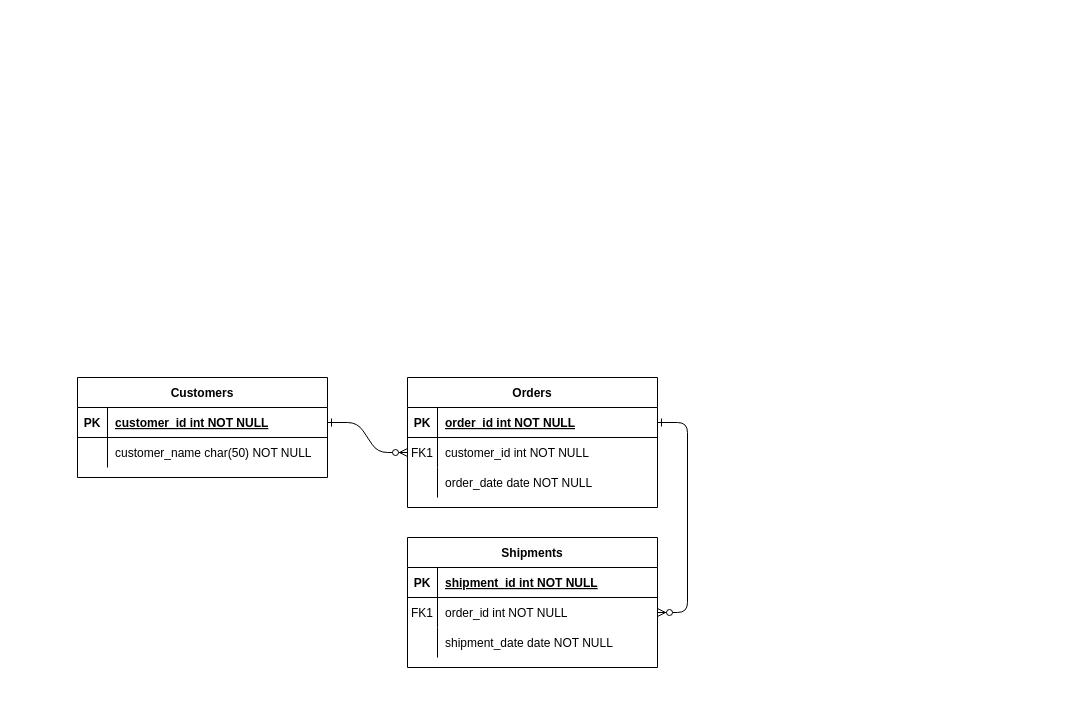
Above: Untitled Diagram.drawio in chowderDaal/portraitOfATime (draw.io), before the change. Source tidied: cells renumbered, new cells numbered last; positions are measured from the earlier drawing's top-left corner, leaving out a move shared by most shapes. Both pictures are drawn from the tidied source at 100%, with x=0, y=0 at pixel (77, 377).
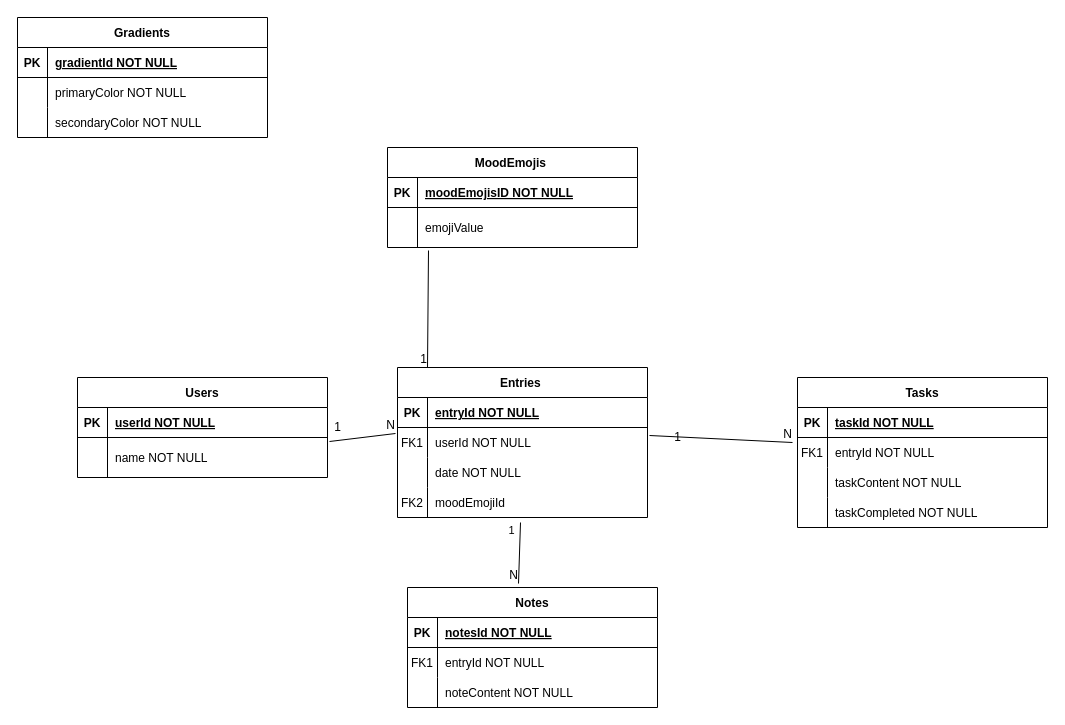
The same diagram, later.

Commit message:
Added master data and transactional data tables

The change refers to these unchanged cells:
```xml
<mxCell id="5" style="shape=partialRectangle;fillColor=none;points=[[0,0.5],[1,0.5]];portConstraint=eastwest;top=0;left=0;right=0;bottom=1;" parent="4" vertex="1">
  <mxGeometry y="30" width="250" height="30" as="geometry" />
</mxCell>
<mxCell id="8" style="shape=partialRectangle;fillColor=none;points=[[0,0.5],[1,0.5]];portConstraint=eastwest;top=0;left=0;right=0;bottom=0;" parent="4" vertex="1">
  <mxGeometry y="60" width="250" height="30" as="geometry" />
</mxCell>
<mxCell id="11" style="shape=partialRectangle;fillColor=none;top=0;left=0;right=0;bottom=0;" parent="4" vertex="1">
  <mxGeometry y="90" width="250" height="30" as="geometry" />
</mxCell>
<mxCell id="25" style="shape=partialRectangle;fillColor=none;points=[[0,0.5],[1,0.5]];portConstraint=eastwest;top=0;left=0;right=0;bottom=1;" parent="24" vertex="1">
  <mxGeometry y="30" width="250" height="30" as="geometry" />
</mxCell>
```

What changed in the source:
```diff
@@
-    <mxCell id="2" style="edgeStyle=entityRelationEdgeStyle;endArrow=ERzeroToMany;startArrow=ERone;endFill=1;startFill=0;" parent="1" edge="1" source="25" target="8">
-      <mxGeometry relative="1" as="geometry" />
-    </mxCell>
-    <mxCell id="3" style="edgeStyle=entityRelationEdgeStyle;endArrow=ERzeroToMany;startArrow=ERone;endFill=1;startFill=0;" parent="1" edge="1" source="5" target="18">
-      <mxGeometry relative="1" as="geometry" />
-    </mxCell>
-    <mxCell id="4" value="Orders" style="shape=table;startSize=30;childLayout=tableLayout;rowLines=0;fontStyle=1;align=center;" parent="1" vertex="1">
-      <mxGeometry x="330" width="250" height="130" as="geometry" />
+    <mxCell id="4" value="Entries " style="shape=table;startSize=30;childLayout=tableLayout;rowLines=0;fontStyle=1;align=center;" parent="1" vertex="1">
+      <mxGeometry x="320" y="-10" width="250" height="150" as="geometry" />
     </mxCell>
@@
-    <mxCell id="7" value="order_id int NOT NULL " style="shape=partialRectangle;overflow=hidden;fillColor=none;top=0;left=0;bottom=0;right=0;align=left;spacingLeft=6;fontStyle=5;" parent="5" vertex="1">
+    <mxCell id="7" value="entryId NOT NULL" style="shape=partialRectangle;overflow=hidden;fillColor=none;top=0;left=0;bottom=0;right=0;align=left;spacingLeft=6;fontStyle=5;" parent="5" vertex="1">
       <mxGeometry x="30" width="220" height="30" as="geometry" />
     </mxCell>
@@
-    <mxCell id="10" value="customer_id int NOT NULL" style="shape=partialRectangle;overflow=hidden;fillColor=none;top=0;left=0;bottom=0;right=0;align=left;spacingLeft=6;" parent="8" vertex="1">
+    <mxCell id="10" value="userId NOT NULL" style="shape=partialRectangle;overflow=hidden;fillColor=none;top=0;left=0;bottom=0;right=0;align=left;spacingLeft=6;" parent="8" vertex="1">
       <mxGeometry x="30" width="220" height="30" as="geometry" />
     </mxCell>
@@
-    <mxCell id="13" value="order_date date NOT NULL" style="shape=partialRectangle;overflow=hidden;fillColor=none;top=0;left=0;bottom=0;right=0;align=left;spacingLeft=6;" parent="11" vertex="1">
+    <mxCell id="13" value="date NOT NULL" style="shape=partialRectangle;overflow=hidden;fillColor=none;top=0;left=0;bottom=0;right=0;align=left;spacingLeft=6;" parent="11" vertex="1">
       <mxGeometry x="30" width="220" height="30" as="geometry" />
     </mxCell>
-    <mxCell id="14" value="Shipments" style="shape=table;startSize=30;childLayout=tableLayout;rowLines=0;fontStyle=1;align=center;" parent="1" vertex="1">
-      <mxGeometry x="330" y="160" width="250" height="130" as="geometry" />
-    </mxCell>
-    <mxCell id="15" style="shape=partialRectangle;fillColor=none;top=0;left=0;right=0;bottom=1;" parent="14" vertex="1">
-      <mxGeometry y="30" width="250" height="30" as="geometry" />
-    </mxCell>
-    <mxCell id="16" value="PK" style="shape=partialRectangle;overflow=hidden;fillColor=none;top=0;left=0;bottom=0;right=0;fontStyle=1;" parent="15" vertex="1">
-      <mxGeometry width="30" height="30" as="geometry" />
-    </mxCell>
-    <mxCell id="17" value="shipment_id int NOT NULL " style="shape=partialRectangle;overflow=hidden;fillColor=none;top=0;left=0;bottom=0;right=0;align=left;spacingLeft=6;fontStyle=5;" parent="15" vertex="1">
-      <mxGeometry x="30" width="220" height="30" as="geometry" />
-    </mxCell>
-    <mxCell id="18" style="shape=partialRectangle;fillColor=none;points=[[0,0.5],[1,0.5]];portConstraint=eastwest;top=0;left=0;right=0;bottom=0;" parent="14" vertex="1">
-      <mxGeometry y="60" width="250" height="30" as="geometry" />
-    </mxCell>
-    <mxCell id="19" value="FK1" style="shape=partialRectangle;overflow=hidden;fillColor=none;top=0;left=0;bottom=0;right=0;" parent="18" vertex="1">
-      <mxGeometry width="30" height="30" as="geometry" />
-    </mxCell>
-    <mxCell id="20" value="order_id int NOT NULL" style="shape=partialRectangle;overflow=hidden;fillColor=none;top=0;left=0;bottom=0;right=0;align=left;spacingLeft=6;" parent="18" vertex="1">
-      <mxGeometry x="30" width="220" height="30" as="geometry" />
-    </mxCell>
-    <mxCell id="21" style="shape=partialRectangle;fillColor=none;top=0;left=0;right=0;bottom=0;" parent="14" vertex="1">
-      <mxGeometry y="90" width="250" height="30" as="geometry" />
-    </mxCell>
-    <mxCell id="22" style="shape=partialRectangle;overflow=hidden;fillColor=none;top=0;left=0;bottom=0;right=0;" parent="21" vertex="1">
-      <mxGeometry width="30" height="30" as="geometry" />
-    </mxCell>
-    <mxCell id="23" value="shipment_date date NOT NULL" style="shape=partialRectangle;overflow=hidden;fillColor=none;top=0;left=0;bottom=0;right=0;align=left;spacingLeft=6;" parent="21" vertex="1">
-      <mxGeometry x="30" width="220" height="30" as="geometry" />
-    </mxCell>
+    <mxCell id="31" style="shape=partialRectangle;fillColor=none;points=[[0,0.5],[1,0.5]];portConstraint=eastwest;top=0;left=0;right=0;bottom=0;" parent="4" vertex="1">
+      <mxGeometry y="120" width="250" height="30" as="geometry" />
+    </mxCell>
+    <mxCell id="32" value="FK2" style="shape=partialRectangle;overflow=hidden;fillColor=none;top=0;left=0;bottom=0;right=0;" parent="31" vertex="1">
+      <mxGeometry width="30" height="30" as="geometry" />
+    </mxCell>
+    <mxCell id="33" value="moodEmojiId" style="shape=partialRectangle;overflow=hidden;fillColor=none;top=0;left=0;bottom=0;right=0;align=left;spacingLeft=6;" parent="31" vertex="1">
+      <mxGeometry x="30" width="220" height="30" as="geometry" />
+    </mxCell>
-    <mxCell id="24" value="Customers" style="shape=table;startSize=30;childLayout=tableLayout;rowLines=0;fontStyle=1;align=center;" parent="1" vertex="1">
+    <mxCell id="24" value="Users" style="shape=table;startSize=30;childLayout=tableLayout;rowLines=0;fontStyle=1;align=center;" parent="1" vertex="1">
       <mxGeometry width="250" height="100" as="geometry" />
     </mxCell>
@@
-    <mxCell id="27" value="customer_id int NOT NULL " style="shape=partialRectangle;overflow=hidden;fillColor=none;top=0;left=0;bottom=0;right=0;align=left;spacingLeft=6;fontStyle=5;" parent="25" vertex="1">
+    <mxCell id="27" value="userId NOT NULL" style="shape=partialRectangle;overflow=hidden;fillColor=none;top=0;left=0;bottom=0;right=0;align=left;spacingLeft=6;fontStyle=5;" parent="25" vertex="1">
       <mxGeometry x="30" width="220" height="30" as="geometry" />
     </mxCell>
     <mxCell id="28" style="shape=partialRectangle;fillColor=none;points=[[0,0.5],[1,0.5]];portConstraint=eastwest;top=0;left=0;right=0;bottom=0;" parent="24" vertex="1">
-      <mxGeometry y="60" width="250" height="30" as="geometry" />
+      <mxGeometry y="60" width="250" height="40" as="geometry" />
     </mxCell>
     <mxCell id="29" style="shape=partialRectangle;overflow=hidden;fillColor=none;top=0;left=0;bottom=0;right=0;" parent="28" vertex="1">
-      <mxGeometry width="30" height="30" as="geometry" />
+      <mxGeometry width="30" height="40" as="geometry" />
     </mxCell>
-    <mxCell id="30" value="customer_name char(50) NOT NULL" style="shape=partialRectangle;overflow=hidden;fillColor=none;top=0;left=0;bottom=0;right=0;align=left;spacingLeft=6;" parent="28" vertex="1">
-      <mxGeometry x="30" width="220" height="30" as="geometry" />
+    <mxCell id="30" value="name NOT NULL" style="shape=partialRectangle;overflow=hidden;fillColor=none;top=0;left=0;bottom=0;right=0;align=left;spacingLeft=6;" parent="28" vertex="1">
+      <mxGeometry x="30" width="220" height="40" as="geometry" />
     </mxCell>
+    <mxCell id="34" value="Tasks" style="shape=table;startSize=30;childLayout=tableLayout;rowLines=0;fontStyle=1;align=center;" parent="1" vertex="1">
+      <mxGeometry x="720" width="250" height="150" as="geometry" />
+    </mxCell>
+    <mxCell id="35" style="shape=partialRectangle;fillColor=none;top=0;left=0;right=0;bottom=1;" parent="34" vertex="1">
+      <mxGeometry y="30" width="250" height="30" as="geometry" />
+    </mxCell>
+    <mxCell id="36" value="PK" style="shape=partialRectangle;overflow=hidden;fillColor=none;top=0;left=0;bottom=0;right=0;fontStyle=1;" parent="35" vertex="1">
+      <mxGeometry width="30" height="30" as="geometry" />
+    </mxCell>
+    <mxCell id="37" value="taskId NOT NULL" style="shape=partialRectangle;overflow=hidden;fillColor=none;top=0;left=0;bottom=0;right=0;align=left;spacingLeft=6;fontStyle=5;" parent="35" vertex="1">
+      <mxGeometry x="30" width="220" height="30" as="geometry" />
+    </mxCell>
+    <mxCell id="38" style="shape=partialRectangle;fillColor=none;points=[[0,0.5],[1,0.5]];portConstraint=eastwest;top=0;left=0;right=0;bottom=0;" parent="34" vertex="1">
+      <mxGeometry y="60" width="250" height="30" as="geometry" />
+    </mxCell>
+    <mxCell id="39" value="FK1" style="shape=partialRectangle;overflow=hidden;fillColor=none;top=0;left=0;bottom=0;right=0;" parent="38" vertex="1">
+      <mxGeometry width="30" height="30" as="geometry" />
+    </mxCell>
+    <mxCell id="40" value="entryId NOT NULL" style="shape=partialRectangle;overflow=hidden;fillColor=none;top=0;left=0;bottom=0;right=0;align=left;spacingLeft=6;" parent="38" vertex="1">
+      <mxGeometry x="30" width="220" height="30" as="geometry" />
+    </mxCell>
+    <mxCell id="41" style="shape=partialRectangle;fillColor=none;top=0;left=0;right=0;bottom=0;" parent="34" vertex="1">
+      <mxGeometry y="90" width="250" height="30" as="geometry" />
+    </mxCell>
+    <mxCell id="42" style="shape=partialRectangle;overflow=hidden;fillColor=none;top=0;left=0;bottom=0;right=0;" parent="41" vertex="1">
+      <mxGeometry width="30" height="30" as="geometry" />
+    </mxCell>
+    <mxCell id="43" value="taskContent NOT NULL" style="shape=partialRectangle;overflow=hidden;fillColor=none;top=0;left=0;bottom=0;right=0;align=left;spacingLeft=6;" parent="41" vertex="1">
+      <mxGeometry x="30" width="220" height="30" as="geometry" />
+    </mxCell>
+    <mxCell id="44" style="shape=partialRectangle;fillColor=none;top=0;left=0;right=0;bottom=0;" parent="34" vertex="1">
+      <mxGeometry y="120" width="250" height="30" as="geometry" />
+    </mxCell>
+    <mxCell id="45" style="shape=partialRectangle;overflow=hidden;fillColor=none;top=0;left=0;bottom=0;right=0;" parent="44" vertex="1">
+      <mxGeometry width="30" height="30" as="geometry" />
+    </mxCell>
+    <mxCell id="46" value="taskCompleted NOT NULL" style="shape=partialRectangle;overflow=hidden;fillColor=none;top=0;left=0;bottom=0;right=0;align=left;spacingLeft=6;" parent="44" vertex="1">
+      <mxGeometry x="30" width="220" height="30" as="geometry" />
+    </mxCell>
+    <mxCell id="47" style="endArrow=none;html=1;rounded=0;entryX=-0.008;entryY=0.2;entryDx=0;entryDy=0;entryPerimeter=0;exitX=1.008;exitY=0.1;exitDx=0;exitDy=0;exitPerimeter=0;" parent="1" edge="1" source="28" target="8">
+      <mxGeometry relative="1" as="geometry" />
+    </mxCell>
+    <mxCell id="48" value="N" style="html=1;align=right;verticalAlign=bottom;" parent="47" vertex="1">
+      <mxGeometry x="1" relative="1" as="geometry" />
+    </mxCell>
+    <mxCell id="49" value="1" style="text;html=1;align=center;verticalAlign=middle;" parent="1" vertex="1">
+      <mxGeometry x="250" y="40" width="20" height="20" as="geometry" />
+    </mxCell>
+    <mxCell id="50" style="endArrow=none;html=1;rounded=0;entryX=-0.02;entryY=0.167;entryDx=0;entryDy=0;entryPerimeter=0;exitX=1.008;exitY=0.267;exitDx=0;exitDy=0;exitPerimeter=0;" parent="1" edge="1" source="8" target="38">
+      <mxGeometry relative="1" as="geometry" />
+    </mxCell>
+    <mxCell id="51" value="N" style="html=1;align=right;verticalAlign=bottom;" parent="50" vertex="1">
+      <mxGeometry x="1" relative="1" as="geometry" />
+    </mxCell>
+    <mxCell id="52" value="1" style="text;html=1;align=center;verticalAlign=middle;" parent="1" vertex="1">
+      <mxGeometry x="590" y="50" width="20" height="20" as="geometry" />
+    </mxCell>
+    <mxCell id="53" value="Notes" style="shape=table;startSize=30;childLayout=tableLayout;rowLines=0;fontStyle=1;align=center;" parent="1" vertex="1">
+      <mxGeometry x="330" y="210" width="250" height="120" as="geometry" />
+    </mxCell>
+    <mxCell id="54" style="shape=partialRectangle;fillColor=none;top=0;left=0;right=0;bottom=1;" parent="53" vertex="1">
+      <mxGeometry y="30" width="250" height="30" as="geometry" />
+    </mxCell>
+    <mxCell id="55" value="PK" style="shape=partialRectangle;overflow=hidden;fillColor=none;top=0;left=0;bottom=0;right=0;fontStyle=1;" parent="54" vertex="1">
+      <mxGeometry width="30" height="30" as="geometry" />
+    </mxCell>
+    <mxCell id="56" value="notesId NOT NULL" style="shape=partialRectangle;overflow=hidden;fillColor=none;top=0;left=0;bottom=0;right=0;align=left;spacingLeft=6;fontStyle=5;" parent="54" vertex="1">
+      <mxGeometry x="30" width="220" height="30" as="geometry" />
+    </mxCell>
+    <mxCell id="57" style="shape=partialRectangle;fillColor=none;top=0;left=0;right=0;bottom=0;" parent="53" vertex="1">
+      <mxGeometry y="60" width="250" height="30" as="geometry" />
+    </mxCell>
+    <mxCell id="58" value="FK1" style="shape=partialRectangle;overflow=hidden;fillColor=none;top=0;left=0;bottom=0;right=0;" parent="57" vertex="1">
+      <mxGeometry width="30" height="30" as="geometry" />
+    </mxCell>
+    <mxCell id="59" value="entryId NOT NULL" style="shape=partialRectangle;overflow=hidden;fillColor=none;top=0;left=0;bottom=0;right=0;align=left;spacingLeft=6;" parent="57" vertex="1">
+      <mxGeometry x="30" width="220" height="30" as="geometry" />
+    </mxCell>
+    <mxCell id="60" style="shape=partialRectangle;fillColor=none;top=0;left=0;right=0;bottom=0;" parent="53" vertex="1">
+      <mxGeometry y="90" width="250" height="30" as="geometry" />
+    </mxCell>
+    <mxCell id="61" style="shape=partialRectangle;overflow=hidden;fillColor=none;top=0;left=0;bottom=0;right=0;" parent="60" vertex="1">
+      <mxGeometry width="30" height="30" as="geometry" />
+    </mxCell>
+    <mxCell id="62" value="noteContent NOT NULL" style="shape=partialRectangle;overflow=hidden;fillColor=none;top=0;left=0;bottom=0;right=0;align=left;spacingLeft=6;" parent="60" vertex="1">
+      <mxGeometry x="30" width="220" height="30" as="geometry" />
+    </mxCell>
+    <mxCell id="63" style="endArrow=none;html=1;rounded=0;entryX=0.444;entryY=-0.033;entryDx=0;entryDy=0;entryPerimeter=0;exitX=0.492;exitY=1.167;exitDx=0;exitDy=0;exitPerimeter=0;" parent="1" edge="1" source="31" target="53">
+      <mxGeometry relative="1" as="geometry" />
+    </mxCell>
+    <mxCell id="64" value="N" style="html=1;align=right;verticalAlign=bottom;" parent="63" vertex="1">
+      <mxGeometry x="1" relative="1" as="geometry" />
+    </mxCell>
+    <mxCell id="65" value="1" style="edgeLabel;html=1;align=center;verticalAlign=middle;" parent="63" vertex="1">
+      <mxGeometry x="-0.76" y="1" relative="1" as="geometry">
+        <mxPoint x="-10.2" as="offset" />
+      </mxGeometry>
+    </mxCell>
+    <mxCell id="66" value="MoodEmojis " style="shape=table;startSize=30;childLayout=tableLayout;rowLines=0;fontStyle=1;align=center;" parent="1" vertex="1">
+      <mxGeometry x="310" y="-230" width="250" height="100" as="geometry" />
+    </mxCell>
+    <mxCell id="67" style="shape=partialRectangle;fillColor=none;top=0;left=0;right=0;bottom=1;" parent="66" vertex="1">
+      <mxGeometry y="30" width="250" height="30" as="geometry" />
+    </mxCell>
+    <mxCell id="68" value="PK" style="shape=partialRectangle;overflow=hidden;fillColor=none;top=0;left=0;bottom=0;right=0;fontStyle=1;" parent="67" vertex="1">
+      <mxGeometry width="30" height="30" as="geometry" />
+    </mxCell>
+    <mxCell id="69" value="moodEmojisID NOT NULL" style="shape=partialRectangle;overflow=hidden;fillColor=none;top=0;left=0;bottom=0;right=0;align=left;spacingLeft=6;fontStyle=5;" parent="67" vertex="1">
+      <mxGeometry x="30" width="220" height="30" as="geometry" />
+    </mxCell>
+    <mxCell id="70" style="shape=partialRectangle;fillColor=none;points=[[0,0.5],[1,0.5]];portConstraint=eastwest;top=0;left=0;right=0;bottom=0;" parent="66" vertex="1">
+      <mxGeometry y="60" width="250" height="40" as="geometry" />
+    </mxCell>
+    <mxCell id="71" style="shape=partialRectangle;overflow=hidden;fillColor=none;top=0;left=0;bottom=0;right=0;" parent="70" vertex="1">
+      <mxGeometry width="30" height="40" as="geometry" />
+    </mxCell>
+    <mxCell id="72" value="emojiValue" style="shape=partialRectangle;overflow=hidden;fillColor=none;top=0;left=0;bottom=0;right=0;align=left;spacingLeft=6;" parent="70" vertex="1">
+      <mxGeometry x="30" width="220" height="40" as="geometry" />
+    </mxCell>
+    <mxCell id="73" style="endArrow=none;html=1;rounded=0;entryX=0.12;entryY=0;entryDx=0;entryDy=0;entryPerimeter=0;exitX=0.164;exitY=1.075;exitDx=0;exitDy=0;exitPerimeter=0;" parent="1" edge="1" source="70" target="4">
+      <mxGeometry relative="1" as="geometry" />
+    </mxCell>
+    <mxCell id="74" value="1" style="html=1;align=right;verticalAlign=bottom;" parent="73" vertex="1">
+      <mxGeometry x="1" relative="1" as="geometry" />
+    </mxCell>
+    <mxCell id="75" value="Gradients" style="shape=table;startSize=30;childLayout=tableLayout;rowLines=0;fontStyle=1;align=center;" parent="1" vertex="1">
+      <mxGeometry x="-60" y="-360" width="250" height="120" as="geometry" />
+    </mxCell>
+    <mxCell id="76" style="shape=partialRectangle;fillColor=none;top=0;left=0;right=0;bottom=1;" parent="75" vertex="1">
+      <mxGeometry y="30" width="250" height="30" as="geometry" />
+    </mxCell>
+    <mxCell id="77" value="PK" style="shape=partialRectangle;overflow=hidden;fillColor=none;top=0;left=0;bottom=0;right=0;fontStyle=1;" parent="76" vertex="1">
+      <mxGeometry width="30" height="30" as="geometry" />
+    </mxCell>
+    <mxCell id="78" value="gradientId NOT NULL" style="shape=partialRectangle;overflow=hidden;fillColor=none;top=0;left=0;bottom=0;right=0;align=left;spacingLeft=6;fontStyle=5;" parent="76" vertex="1">
+      <mxGeometry x="30" width="220" height="30" as="geometry" />
+    </mxCell>
+    <mxCell id="79" style="shape=partialRectangle;fillColor=none;top=0;left=0;right=0;bottom=0;" parent="75" vertex="1">
+      <mxGeometry y="60" width="250" height="30" as="geometry" />
+    </mxCell>
+    <mxCell id="80" style="shape=partialRectangle;overflow=hidden;fillColor=none;top=0;left=0;bottom=0;right=0;" parent="79" vertex="1">
+      <mxGeometry width="30" height="30" as="geometry" />
+    </mxCell>
+    <mxCell id="81" value="primaryColor NOT NULL" style="shape=partialRectangle;overflow=hidden;fillColor=none;top=0;left=0;bottom=0;right=0;align=left;spacingLeft=6;" parent="79" vertex="1">
+      <mxGeometry x="30" width="220" height="30" as="geometry" />
+    </mxCell>
+    <mxCell id="82" style="shape=partialRectangle;fillColor=none;top=0;left=0;right=0;bottom=0;" parent="75" vertex="1">
+      <mxGeometry y="90" width="250" height="30" as="geometry" />
+    </mxCell>
+    <mxCell id="83" style="shape=partialRectangle;overflow=hidden;fillColor=none;top=0;left=0;bottom=0;right=0;" parent="82" vertex="1">
+      <mxGeometry width="30" height="30" as="geometry" />
+    </mxCell>
+    <mxCell id="84" value="secondaryColor NOT NULL" style="shape=partialRectangle;overflow=hidden;fillColor=none;top=0;left=0;bottom=0;right=0;align=left;spacingLeft=6;" parent="82" vertex="1">
+      <mxGeometry x="30" width="220" height="30" as="geometry" />
+    </mxCell>
```
